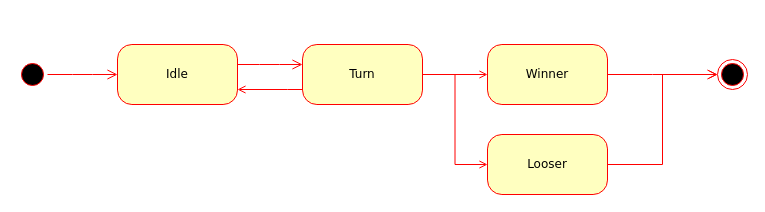
This is page "State Diagram - Player" (5 of 7) of TicTacToeX_Diagrams.drawio from rafaelxl83/TicTacToeX, a draw.io file, before an edit. Source tidied: cells renumbered, new cells numbered last; positions are measured from the earlier drawing's top-left corner, leaving out a move shared by most shapes. Both pictures are drawn from the tidied source at 100%, with x=0, y=0 at pixel (17, 44).
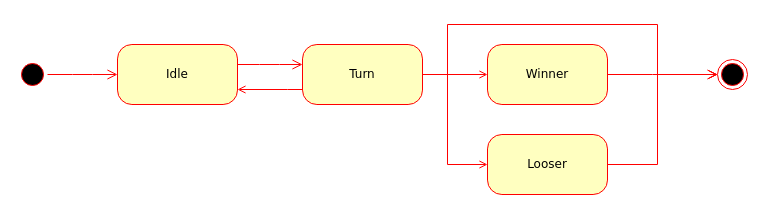
The same page after the edit.

The change refers to these unchanged cells:
```xml
<mxCell id="4" style="ellipse;html=1;shape=endState;fillColor=#000000;strokeColor=#ff0000;rounded=1;shadow=0;comic=0;labelBackgroundColor=none;fontFamily=Verdana;fontSize=12;fontColor=#000000;align=center;" parent="1" vertex="1">
  <mxGeometry x="700" y="15" width="30" height="30" as="geometry" />
</mxCell>
<mxCell id="9" value="Turn" style="rounded=1;whiteSpace=wrap;html=1;arcSize=24;fillColor=#ffffc0;strokeColor=#ff0000;shadow=0;comic=0;labelBackgroundColor=none;fontFamily=Verdana;fontSize=12;fontColor=#000000;align=center;" parent="1" vertex="1">
  <mxGeometry x="285" width="120" height="60" as="geometry" />
</mxCell>
<mxCell id="13" value="Looser" style="rounded=1;whiteSpace=wrap;html=1;arcSize=24;fillColor=#ffffc0;strokeColor=#ff0000;shadow=0;comic=0;labelBackgroundColor=none;fontFamily=Verdana;fontSize=12;fontColor=#000000;align=center;" parent="1" vertex="1">
  <mxGeometry x="470" y="90" width="120" height="60" as="geometry" />
</mxCell>
```

Change to the diagram source:
```diff
@@
     <mxCell id="7" style="edgeStyle=orthogonalEdgeStyle;rounded=0;jettySize=auto;html=1;entryX=0;entryY=0.5;entryDx=0;entryDy=0;endArrow=open;endFill=0;startSize=6;strokeColor=#FF0000;strokeWidth=1;" parent="1" edge="1" source="9" target="13">
-      <mxGeometry relative="1" as="geometry" />
+      <mxGeometry relative="1" as="geometry">
+        <Array as="points">
+          <mxPoint x="430" y="30" />
+          <mxPoint x="430" y="120" />
+        </Array>
+      </mxGeometry>
     </mxCell>
@@
+    <mxCell id="15" style="edgeStyle=orthogonalEdgeStyle;rounded=0;jettySize=auto;html=1;fontSize=11;endArrow=open;endFill=0;endSize=6;strokeColor=#FF0000;strokeWidth=1;" parent="1" edge="1" source="9">
+      <mxGeometry relative="1" as="geometry">
+        <mxPoint x="700" y="30" as="targetPoint" />
+        <Array as="points">
+          <mxPoint x="430" y="30" />
+          <mxPoint x="430" y="-20" />
+          <mxPoint x="640" y="-20" />
+          <mxPoint x="640" y="30" />
+        </Array>
+      </mxGeometry>
+    </mxCell>
@@
     <mxCell id="12" style="edgeStyle=orthogonalEdgeStyle;rounded=0;jettySize=auto;html=1;entryX=0;entryY=0.5;entryDx=0;entryDy=0;endArrow=open;endFill=0;startSize=6;strokeColor=#FF0000;strokeWidth=1;" parent="1" edge="1" source="13" target="4">
-      <mxGeometry relative="1" as="geometry" />
+      <mxGeometry relative="1" as="geometry">
+        <Array as="points">
+          <mxPoint x="640" y="120" />
+          <mxPoint x="640" y="30" />
+        </Array>
+      </mxGeometry>
     </mxCell>
```
